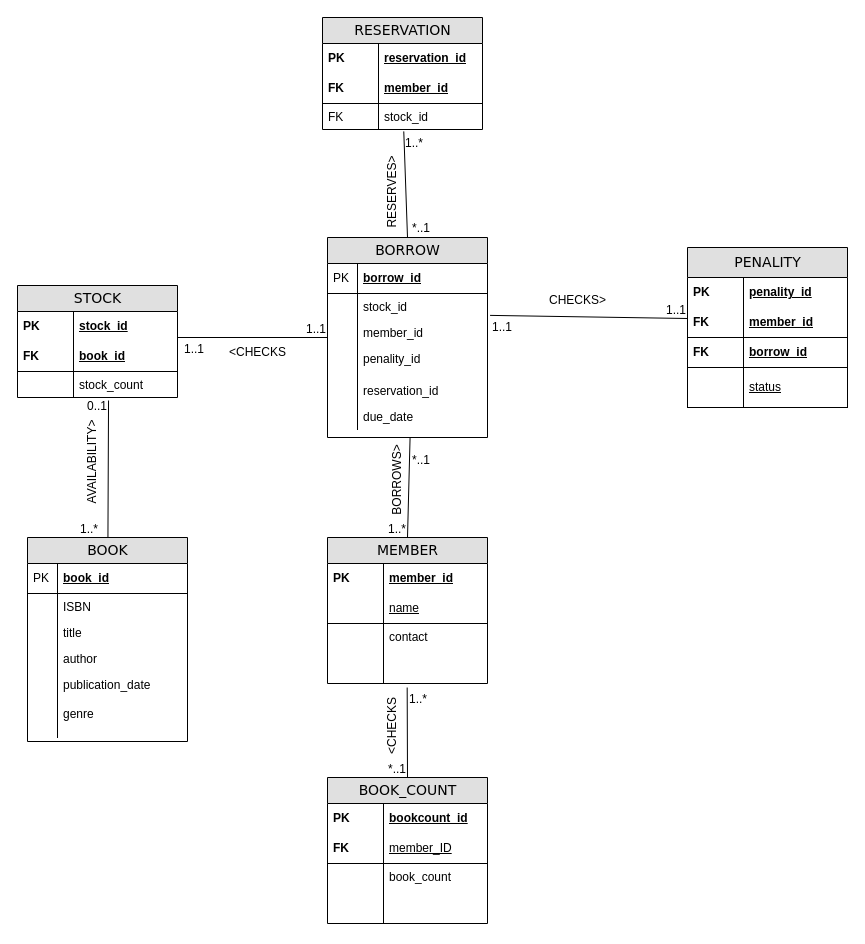
Earlier version of the draw.io diagram erdiagram.drawio (kaushik315/MScComputingDS). Source tidied: cells renumbered, new cells numbered last; positions are measured from the earlier drawing's top-left corner, leaving out a move shared by most shapes. Both pictures are drawn from the tidied source at 100%, with x=0, y=0 at pixel (17, 17).
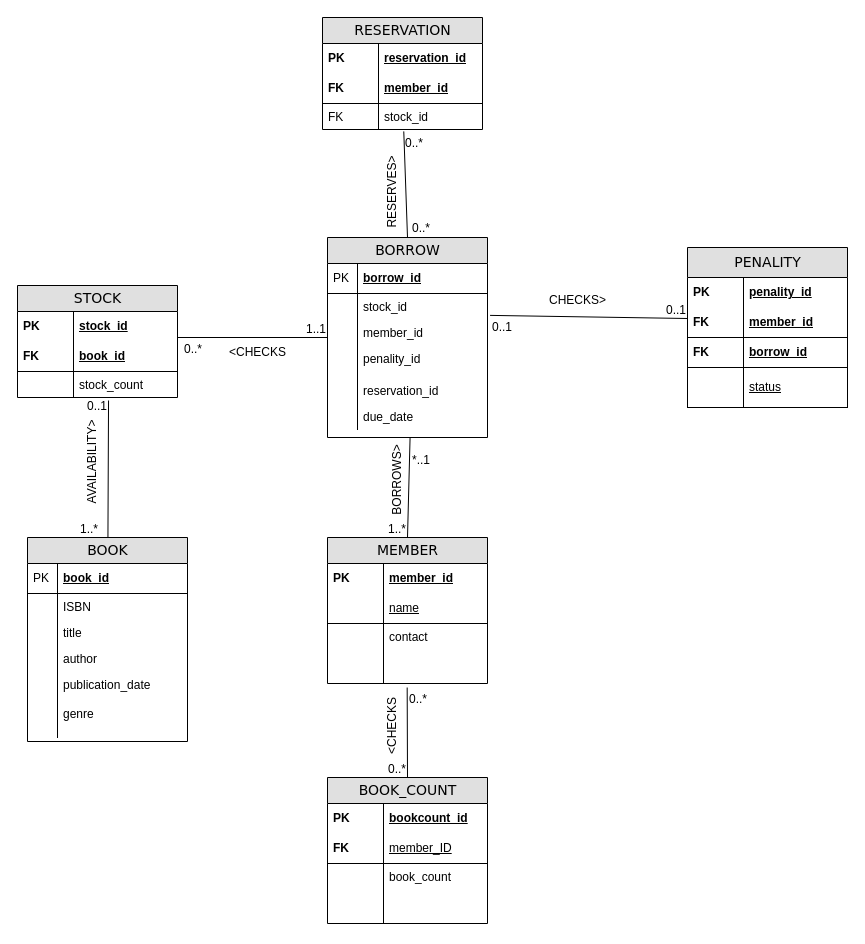
After the change.

Unchanged cells that the change refers to:
```xml
<mxCell id="56" style="endArrow=none;html=1;rounded=0;exitX=0.508;exitY=1.073;exitDx=0;exitDy=0;exitPerimeter=0;entryX=0.5;entryY=0;entryDx=0;entryDy=0;" parent="1" edge="1" source="83" target="36">
  <mxGeometry relative="1" as="geometry" />
</mxCell>
<mxCell id="59" style="endArrow=none;html=1;rounded=0;exitX=1.016;exitY=0.842;exitDx=0;exitDy=0;exitPerimeter=0;" parent="1" edge="1" source="39">
  <mxGeometry relative="1" as="geometry">
    <mxPoint x="670" y="301" as="targetPoint" />
  </mxGeometry>
</mxCell>
<mxCell id="63" style="endArrow=none;html=1;rounded=0;" parent="1" edge="1">
  <mxGeometry relative="1" as="geometry">
    <mxPoint x="160" y="320" as="sourcePoint" />
    <mxPoint x="310" y="320" as="targetPoint" />
  </mxGeometry>
</mxCell>
<mxCell id="74" style="endArrow=none;html=1;rounded=0;entryX=0.5;entryY=0;entryDx=0;entryDy=0;exitX=0.498;exitY=1.067;exitDx=0;exitDy=0;exitPerimeter=0;" parent="1" edge="1" source="14" target="67">
  <mxGeometry relative="1" as="geometry" />
</mxCell>
```

Diff of the diagram source:
```diff
@@
-    <mxCell id="57" value="1..*" style="html=1;whiteSpace=wrap;align=left;verticalAlign=bottom;" parent="56" vertex="1">
+    <mxCell id="57" value="0..*" style="html=1;whiteSpace=wrap;align=left;verticalAlign=bottom;" parent="56" vertex="1">
       <mxGeometry x="-1" relative="1" as="geometry">
         <mxPoint y="20" as="offset" />
       </mxGeometry>
     </mxCell>
@@
-    <mxCell id="60" value="1..1" style="html=1;whiteSpace=wrap;align=left;verticalAlign=bottom;" parent="59" vertex="1">
+    <mxCell id="60" value="0..1" style="html=1;whiteSpace=wrap;align=left;verticalAlign=bottom;" parent="59" vertex="1">
       <mxGeometry x="-1" relative="1" as="geometry">
         <mxPoint y="20" as="offset" />
       </mxGeometry>
     </mxCell>
-    <mxCell id="61" value="1..1" style="html=1;whiteSpace=wrap;align=right;verticalAlign=bottom;" parent="59" vertex="1">
+    <mxCell id="61" value="0..1" style="html=1;whiteSpace=wrap;align=right;verticalAlign=bottom;" parent="59" vertex="1">
       <mxGeometry x="1" relative="1" as="geometry" />
     </mxCell>
@@
-    <mxCell id="64" value="1..1" style="html=1;whiteSpace=wrap;align=left;verticalAlign=bottom;" parent="63" vertex="1">
+    <mxCell id="64" value="0..*" style="html=1;whiteSpace=wrap;align=left;verticalAlign=bottom;" parent="63" vertex="1">
       <mxGeometry x="-1" relative="1" as="geometry">
         <mxPoint x="5" y="20" as="offset" />
       </mxGeometry>
     </mxCell>
@@
-    <mxCell id="75" value="1..*" style="html=1;whiteSpace=wrap;align=left;verticalAlign=bottom;" parent="74" vertex="1">
+    <mxCell id="75" value="0..*" style="html=1;whiteSpace=wrap;align=left;verticalAlign=bottom;" parent="74" vertex="1">
       <mxGeometry x="-1" relative="1" as="geometry">
         <mxPoint y="20" as="offset" />
       </mxGeometry>
     </mxCell>
-    <mxCell id="76" value="*..1" style="html=1;whiteSpace=wrap;align=right;verticalAlign=bottom;" parent="74" vertex="1">
+    <mxCell id="76" value="0..*" style="html=1;whiteSpace=wrap;align=right;verticalAlign=bottom;" parent="74" vertex="1">
       <mxGeometry x="1" relative="1" as="geometry" />
     </mxCell>
@@
-    <mxCell id="85" value="*..1" style="html=1;whiteSpace=wrap;align=right;verticalAlign=bottom;" parent="1" vertex="1">
+    <mxCell id="85" value="0..*" style="html=1;whiteSpace=wrap;align=right;verticalAlign=bottom;" parent="1" vertex="1">
       <mxGeometry x="415" y="250" as="geometry">
         <mxPoint x="-1" y="-31" as="offset" />
       </mxGeometry>
     </mxCell>
```
